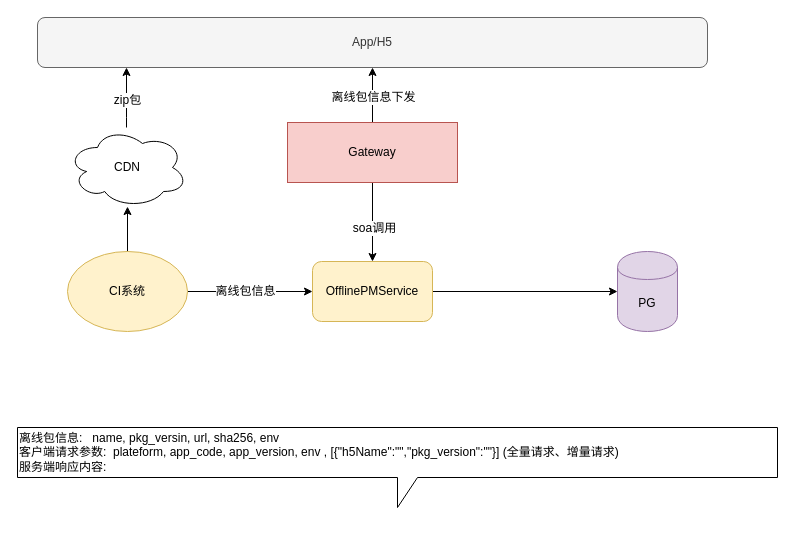
Above: offlinepm.drawio in zyhui98/drawio (draw.io), before the change. Source tidied: cells renumbered, new cells numbered last; positions are measured from the earlier drawing's top-left corner, leaving out a move shared by most shapes. Both pictures are drawn from the tidied source at 100%, with x=0, y=0 at pixel (17, 17).
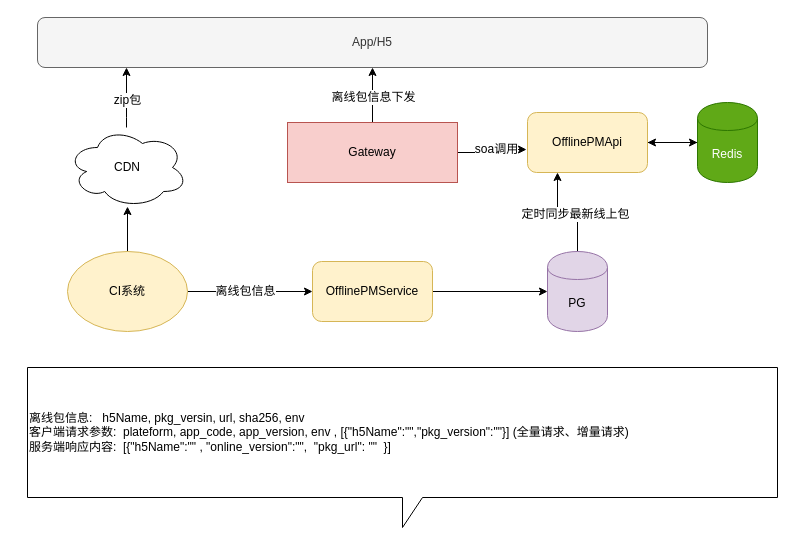
Above is the later version.

The change refers to these unchanged cells:
```xml
<mxCell id="7" value="Gateway" style="rounded=0;whiteSpace=wrap;html=1;fillColor=#f8cecc;strokeColor=#b85450;" parent="1" vertex="1">
  <mxGeometry x="270" y="105" width="170" height="60" as="geometry" />
</mxCell>
<mxCell id="9" value="OfflinePMService" style="rounded=1;whiteSpace=wrap;html=1;fillColor=#fff2cc;strokeColor=#d6b656;" parent="1" vertex="1">
  <mxGeometry x="295" y="244" width="120" height="60" as="geometry" />
</mxCell>
```

The edit, as a diff of the source:
```diff
@@
-    <mxCell id="3" style="edgeStyle=orthogonalEdgeStyle;rounded=0;jettySize=auto;html=1;entryX=0.5;entryY=0;entryDx=0;entryDy=0;" parent="1" edge="1" source="7" target="9">
+    <mxCell id="3" style="edgeStyle=orthogonalEdgeStyle;rounded=0;jettySize=auto;html=1;entryX=-0.008;entryY=0.617;entryDx=0;entryDy=0;entryPerimeter=0;" parent="1" edge="1" source="7" target="24">
       <mxGeometry relative="1" as="geometry" />
     </mxCell>
@@
+    <mxCell id="19" style="edgeStyle=orthogonalEdgeStyle;rounded=0;jettySize=auto;html=1;entryX=0.25;entryY=1;entryDx=0;entryDy=0;" parent="1" edge="1" source="17" target="24">
+      <mxGeometry relative="1" as="geometry" />
+    </mxCell>
+    <mxCell id="20" value="定时同步最新线上包" style="text;html=1;align=center;verticalAlign=middle;labelBackgroundColor=#ffffff;" parent="19" vertex="1">
+      <mxGeometry x="-0.23" y="3" relative="1" as="geometry" />
+    </mxCell>
     <mxCell id="17" value="PG" style="shape=cylinder;whiteSpace=wrap;html=1;boundedLbl=1;backgroundOutline=1;fillColor=#e1d5e7;strokeColor=#9673a6;" parent="1" vertex="1">
-      <mxGeometry x="600" y="234" width="60" height="80" as="geometry" />
+      <mxGeometry x="530" y="234" width="60" height="80" as="geometry" />
     </mxCell>
-    <mxCell id="18" value="离线包信息:&amp;nbsp; &amp;nbsp;name, pkg_versin, url, sha256, env&amp;nbsp; &amp;nbsp; &amp;nbsp; &amp;nbsp; &amp;nbsp; &amp;nbsp; &amp;nbsp; &amp;nbsp; &amp;nbsp; &amp;nbsp; &amp;nbsp; &amp;nbsp; &amp;nbsp; &lt;br&gt;客户端请求参数:&amp;nbsp; plateform, app_code, app_version, env , [{&quot;h5Name&quot;:&quot;&quot;,&quot;pkg_version&quot;:&quot;&quot;}] (全量请求、增量请求)&lt;br&gt;服务端响应内容:&amp;nbsp;" style="shape=callout;html=1;perimeter=calloutPerimeter;align=left;" parent="1" vertex="1">
-      <mxGeometry y="410" width="760" height="80" as="geometry" />
+    <mxCell id="18" value="离线包信息:&amp;nbsp; &amp;nbsp;h5Name, pkg_versin, url, sha256, env&amp;nbsp; &amp;nbsp; &amp;nbsp; &amp;nbsp; &amp;nbsp; &amp;nbsp; &amp;nbsp; &amp;nbsp; &amp;nbsp; &amp;nbsp; &amp;nbsp; &amp;nbsp; &amp;nbsp; &lt;br&gt;客户端请求参数:&amp;nbsp; plateform, app_code, app_version, env , [{&quot;h5Name&quot;:&quot;&quot;,&quot;pkg_version&quot;:&quot;&quot;}] (全量请求、增量请求)&lt;br&gt;服务端响应内容:&amp;nbsp; [{&quot;h5Name&quot;:&quot;&quot; , &quot;online_version&quot;:&quot;&quot;,&amp;nbsp; &quot;pkg_url&quot;: &quot;&quot;&amp;nbsp;&lt;span&gt;&amp;nbsp;}]&lt;/span&gt;" style="shape=callout;html=1;perimeter=calloutPerimeter;align=left;" parent="1" vertex="1">
+      <mxGeometry x="10" y="350" width="750" height="160" as="geometry" />
     </mxCell>
+    <mxCell id="21" style="rounded=0;jettySize=auto;html=1;" parent="1" edge="1" source="22" target="24">
+      <mxGeometry relative="1" as="geometry" />
+    </mxCell>
+    <mxCell id="22" value="Redis" style="shape=cylinder;whiteSpace=wrap;html=1;boundedLbl=1;backgroundOutline=1;fillColor=#60a917;strokeColor=#2D7600;fontColor=#ffffff;" parent="1" vertex="1">
+      <mxGeometry x="680" y="85" width="60" height="80" as="geometry" />
+    </mxCell>
+    <mxCell id="23" style="rounded=0;jettySize=auto;html=1;exitX=1;exitY=0.5;exitDx=0;exitDy=0;" parent="1" edge="1" source="24">
+      <mxGeometry relative="1" as="geometry">
+        <mxPoint x="680" y="125" as="targetPoint" />
+      </mxGeometry>
+    </mxCell>
+    <mxCell id="24" value="OfflinePMApi" style="rounded=1;whiteSpace=wrap;html=1;fillColor=#fff2cc;strokeColor=#d6b656;" parent="1" vertex="1">
+      <mxGeometry x="510" y="95" width="120" height="60" as="geometry" />
+    </mxCell>
```
